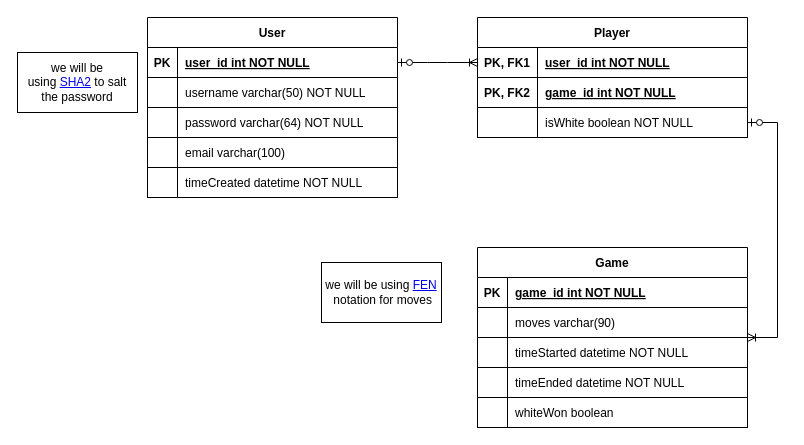
Before: public/nea/Designed SQL.drawio in Ultrasonic1209/chess-app-frontend, a draw.io diagram. Source tidied: cells renumbered, new cells numbered last; positions are measured from the earlier drawing's top-left corner, leaving out a move shared by most shapes. Both pictures are drawn from the tidied source at 100%, with x=0, y=0 at pixel (17, 17).
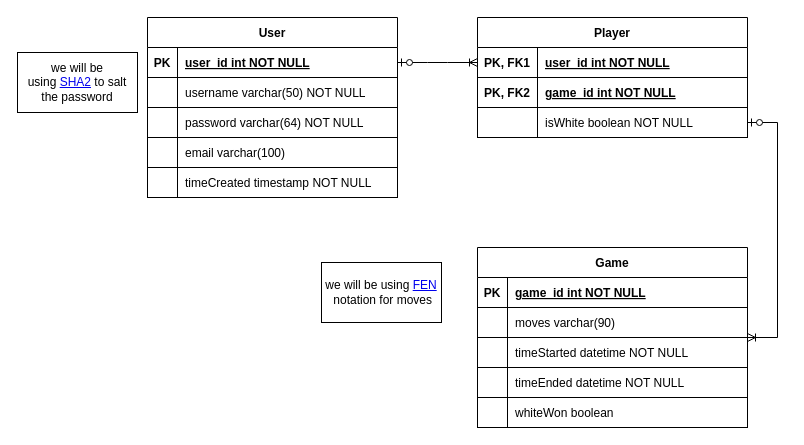
The same diagram, later.

Unchanged cells that the change refers to:
```xml
<mxCell id="25" style="shape=partialRectangle;fillColor=none;top=0;left=0;right=0;bottom=0;" parent="12" vertex="1">
  <mxGeometry y="150" width="250" height="30" as="geometry" />
</mxCell>
```

What changed in the source:
```diff
@@
-    <mxCell id="27" value="timeCreated datetime NOT NULL" style="shape=partialRectangle;overflow=hidden;fillColor=none;top=0;left=0;bottom=1;right=0;align=left;spacingLeft=6;" parent="25" vertex="1">
+    <mxCell id="27" value="timeCreated timestamp NOT NULL" style="shape=partialRectangle;overflow=hidden;fillColor=none;top=0;left=0;bottom=1;right=0;align=left;spacingLeft=6;" parent="25" vertex="1">
       <mxGeometry x="30" width="220" height="30" as="geometry" />
     </mxCell>
```
